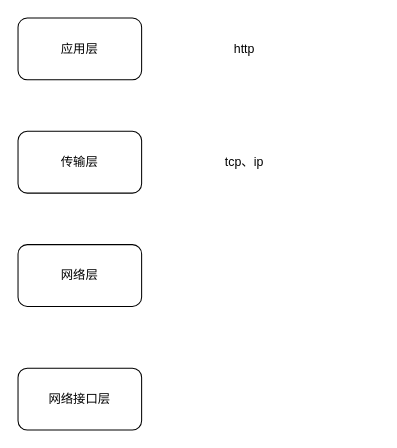
Above: 网络分层.drawio in moonleo/drawio (draw.io), before the change. Source tidied: cells renumbered, new cells numbered last; positions are measured from the earlier drawing's top-left corner, leaving out a move shared by most shapes. Both pictures are drawn from the tidied source at 103%, with x=0, y=0 at pixel (18, 18).
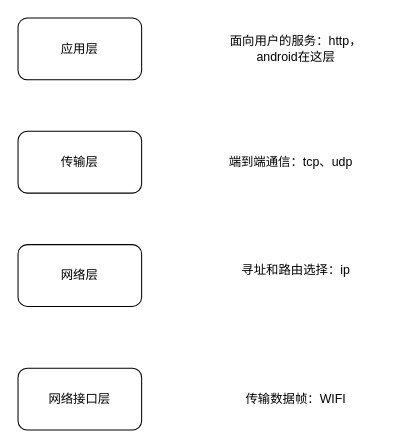
Above is the later version.

Commit message (it also covers changes not shown here):
更新网络分层.drawio

Change to the diagram source:
```diff
@@
 <mxGraphModel>
   <root>
     <mxCell id="0" />
     <mxCell id="1" parent="0" />
     <mxCell id="2" value="应用层" style="rounded=1;whiteSpace=wrap;html=1;" parent="1" vertex="1">
       <mxGeometry width="120" height="60" as="geometry" />
     </mxCell>
     <mxCell id="3" value="传输层" style="rounded=1;whiteSpace=wrap;html=1;" parent="1" vertex="1">
       <mxGeometry y="110" width="120" height="60" as="geometry" />
     </mxCell>
     <mxCell id="4" value="网络层" style="rounded=1;whiteSpace=wrap;html=1;" parent="1" vertex="1">
       <mxGeometry y="220" width="120" height="60" as="geometry" />
     </mxCell>
     <mxCell id="5" value="网络接口层" style="rounded=1;whiteSpace=wrap;html=1;" parent="1" vertex="1">
       <mxGeometry y="340" width="120" height="60" as="geometry" />
     </mxCell>
-    <mxCell id="6" value="http" style="text;html=1;align=center;verticalAlign=middle;whiteSpace=wrap;rounded=0;" parent="1" vertex="1">
-      <mxGeometry x="190" y="15" width="60" height="30" as="geometry" />
+    <mxCell id="6" value="面向用户的服务：http，android在这层" style="text;html=1;align=center;verticalAlign=middle;whiteSpace=wrap;rounded=0;" parent="1" vertex="1">
+      <mxGeometry x="190" y="15" width="160" height="30" as="geometry" />
     </mxCell>
-    <mxCell id="7" value="tcp、ip" style="text;html=1;align=center;verticalAlign=middle;whiteSpace=wrap;rounded=0;" parent="1" vertex="1">
-      <mxGeometry x="190" y="125" width="60" height="30" as="geometry" />
+    <mxCell id="7" value="端到端通信：tcp、udp" style="text;html=1;align=center;verticalAlign=middle;whiteSpace=wrap;rounded=0;" parent="1" vertex="1">
+      <mxGeometry x="190" y="125" width="150" height="30" as="geometry" />
     </mxCell>
+    <mxCell id="8" value="寻址和路由选择：ip" style="text;html=1;align=center;verticalAlign=middle;whiteSpace=wrap;rounded=0;" parent="1" vertex="1">
+      <mxGeometry x="195" y="230" width="150" height="30" as="geometry" />
+    </mxCell>
+    <mxCell id="9" value="传输数据帧：WIFI" style="text;html=1;align=center;verticalAlign=middle;whiteSpace=wrap;rounded=0;" parent="1" vertex="1">
+      <mxGeometry x="195" y="355" width="150" height="30" as="geometry" />
+    </mxCell>
   </root>
 </mxGraphModel>
```
